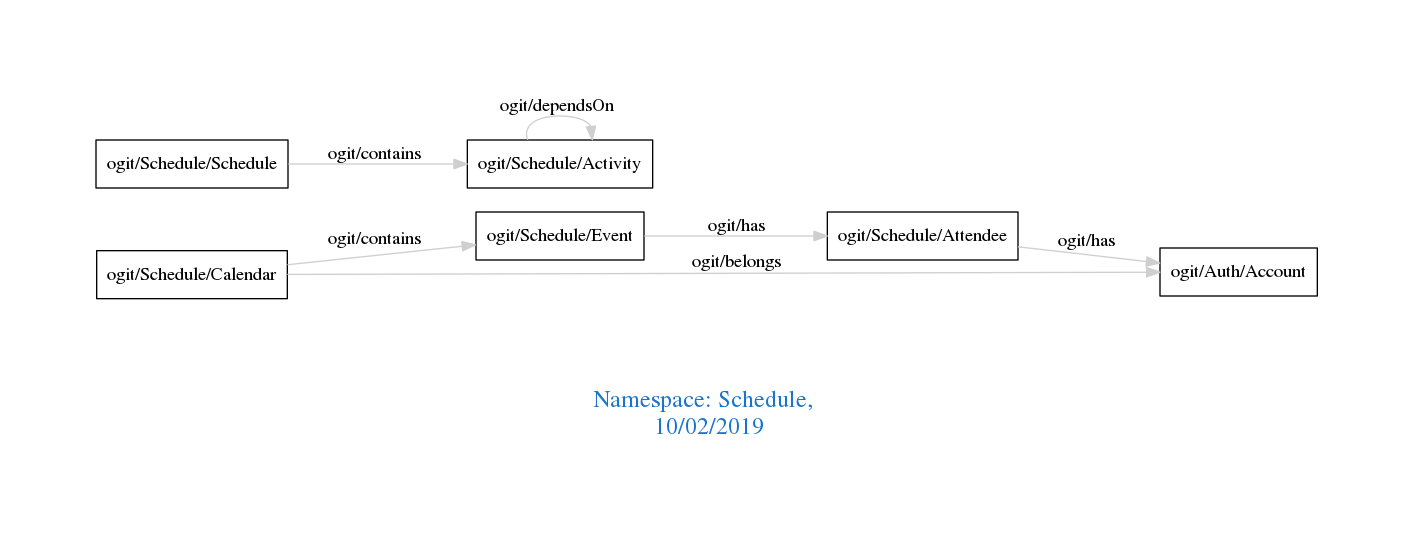
arago/OGIT keeps this Graphviz diagram as downloads/Schedule.png. Above is the earlier version. Its source is kept beside it as downloads/Schedule.dot.
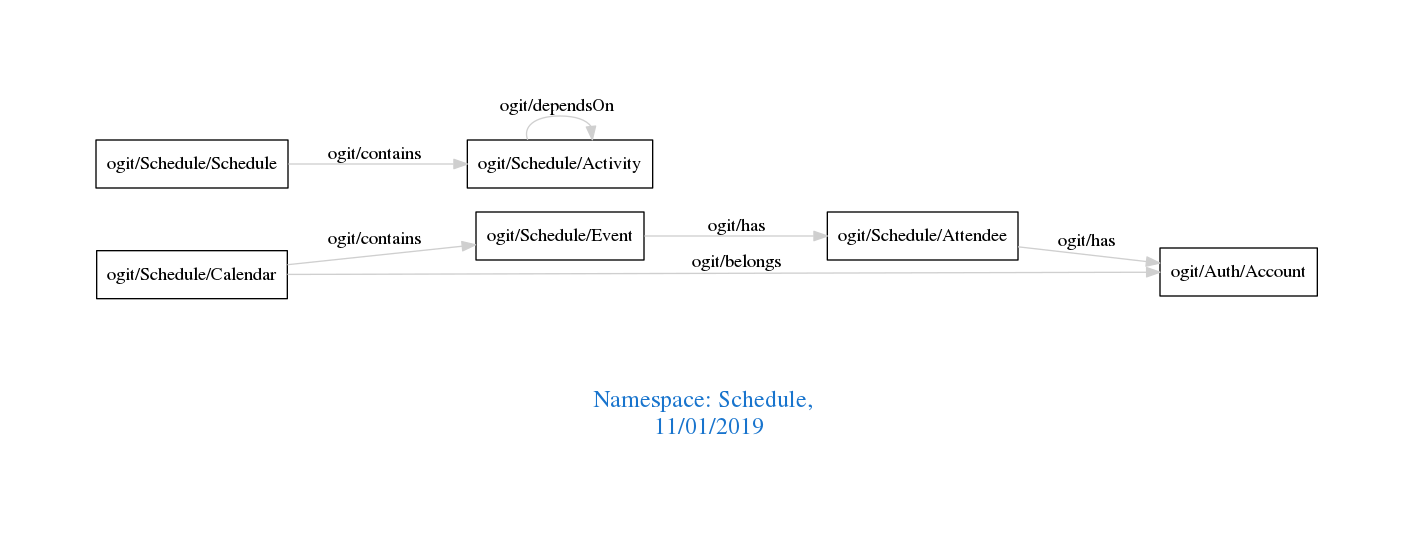
Above is the later version.

The edit, as a diff of the source:
```diff
@@ -1,7 +1,7 @@
 digraph OGIT_ontology {
  graph [ rankdir= LR,pad=1
 fontsize = 18,
-fontcolor= dodgerblue3,label = "\n\n\nNamespace: Schedule, \n 10/02/2019"];
+fontcolor= dodgerblue3,label = "\n\n\nNamespace: Schedule, \n 11/01/2019"];
 node[shape=polygon];
 edge [  color="gray81"];
 
```
